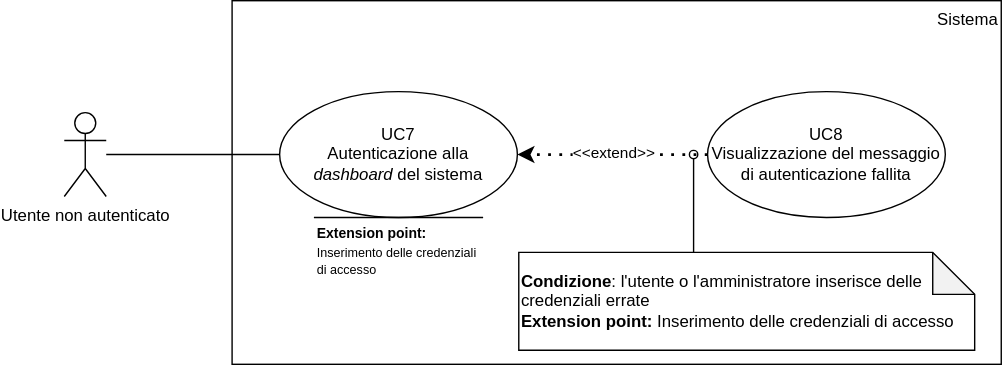
Before: assets/use_cases/UC7-8.svg, a diagram exported from draw.io (SWEatUNIPD/docs). Source tidied: cells renumbered, new cells last; positions are measured from the earlier drawing's top-left corner, leaving out a move shared by most shapes.
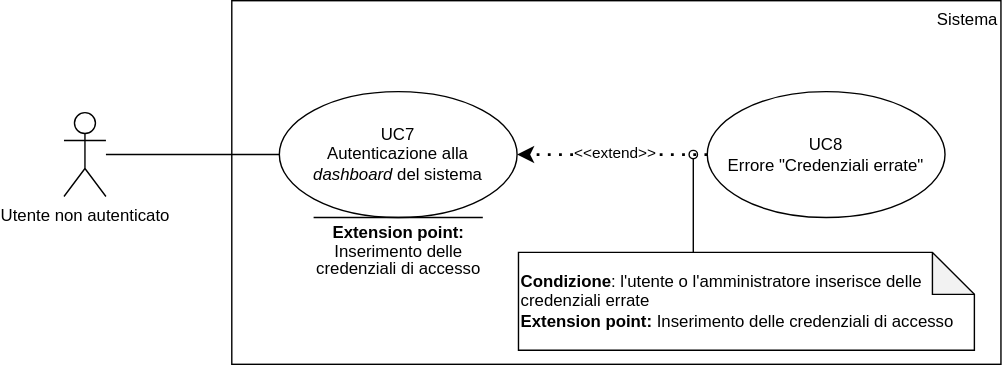
After the commit.

Diff of the diagram source:
```diff
@@ -14,28 +14,28 @@
     <mxCell id="5" value="UC7&lt;div&gt;Autenticazione alla &lt;i&gt;dashboard&lt;/i&gt;&amp;nbsp;del sistema&lt;/div&gt;" style="ellipse;whiteSpace=wrap;html=1;" parent="1" vertex="1">
       <mxGeometry x="154" y="65" width="170" height="90" as="geometry" />
     </mxCell>
-    <mxCell id="6" value="UC8&lt;div&gt;Visualizzazione del messaggio di autenticazione fallita&lt;/div&gt;" style="ellipse;whiteSpace=wrap;html=1;" parent="1" vertex="1">
-      <mxGeometry x="460" y="65" width="170" height="90" as="geometry" />
-    </mxCell>
-    <mxCell id="7" style="endArrow=classic;dashed=1;html=1;dashPattern=1 3;strokeWidth=2;rounded=0;exitX=0;exitY=0.5;exitDx=0;exitDy=0;entryX=1;entryY=0.5;entryDx=0;entryDy=0;startArrow=none;startFill=0;endFill=1;" parent="1" edge="1" source="6" target="5">
-      <mxGeometry relative="1" as="geometry" />
-    </mxCell>
+    <mxCell id="13" value="UC8&lt;div&gt;Errore &quot;Credenziali errate&quot;&lt;/div&gt;" style="ellipse;whiteSpace=wrap;html=1;" parent="1" vertex="1">
+      <mxGeometry x="460" y="65" width="170" height="90" as="geometry" />
+    </mxCell>
+    <mxCell id="14" style="endArrow=classic;dashed=1;html=1;dashPattern=1 3;strokeWidth=2;rounded=0;exitX=0;exitY=0.5;exitDx=0;exitDy=0;entryX=1;entryY=0.5;entryDx=0;entryDy=0;startArrow=none;startFill=0;endFill=1;" parent="1" edge="1" source="13" target="5">
+      <mxGeometry relative="1" as="geometry" />
+    </mxCell>
-    <mxCell id="8" value="&amp;lt;&amp;lt;extend&amp;gt;&amp;gt;" style="edgeLabel;html=1;align=center;verticalAlign=middle;" parent="7" vertex="1">
+    <mxCell id="8" value="&amp;lt;&amp;lt;extend&amp;gt;&amp;gt;" style="edgeLabel;html=1;align=center;verticalAlign=middle;" parent="14" vertex="1">
       <mxGeometry x="-0.01" y="-2" relative="1" as="geometry" />
     </mxCell>
     <mxCell id="9" value="&lt;b&gt;Condizione&lt;/b&gt;: l'utente o l'amministratore inserisce delle credenziali errate&lt;div&gt;&lt;b&gt;Extension point: &lt;/b&gt;Inserimento delle credenziali di accesso&lt;/div&gt;" style="shape=note;whiteSpace=wrap;html=1;backgroundOutline=1;darkOpacity=0.05;align=left;" parent="1" vertex="1">
       <mxGeometry x="325" y="180" width="326" height="70" as="geometry" />
     </mxCell>
-    <mxCell id="10" style="endArrow=oval;html=1;rounded=0;endFill=0;" parent="1" edge="1">
-      <mxGeometry relative="1" as="geometry">
-        <mxPoint x="450" y="180" as="sourcePoint" />
-        <mxPoint x="450" y="110" as="targetPoint" />
-      </mxGeometry>
-    </mxCell>
+    <mxCell id="15" style="endArrow=oval;html=1;rounded=0;endFill=0;" parent="1" edge="1">
+      <mxGeometry relative="1" as="geometry">
+        <mxPoint x="450" y="180" as="sourcePoint" />
+        <mxPoint x="450" y="110" as="targetPoint" />
+      </mxGeometry>
+    </mxCell>
     <mxCell id="11" style="endArrow=none;html=1;rounded=0;entryX=1;entryY=0;entryDx=0;entryDy=0;exitX=0;exitY=0;exitDx=0;exitDy=0;" parent="1" edge="1" source="12" target="12">
       <mxGeometry relative="1" as="geometry" />
     </mxCell>
-    <mxCell id="12" value="&lt;font style=&quot;font-size: 10px; line-height: 100%;&quot;&gt;&lt;b&gt;Extension point:&lt;/b&gt;&lt;/font&gt;&lt;div style=&quot;line-height: 100%;&quot;&gt;&lt;font style=&quot;font-size: 9px; line-height: 100%;&quot;&gt;Inserimento delle credenziali di accesso&lt;/font&gt;&lt;/div&gt;" style="text;html=1;align=left;verticalAlign=middle;whiteSpace=wrap;rounded=0;" parent="1" vertex="1">
+    <mxCell id="12" value="&lt;font style=&quot;line-height: 100%;&quot;&gt;&lt;b style=&quot;&quot;&gt;Extension point:&lt;/b&gt;&lt;/font&gt;&lt;div style=&quot;line-height: 100%;&quot;&gt;&lt;font style=&quot;line-height: 100%;&quot;&gt;Inserimento delle credenziali di accesso&lt;/font&gt;&lt;/div&gt;" style="text;html=1;align=center;verticalAlign=middle;whiteSpace=wrap;rounded=0;" parent="1" vertex="1">
       <mxGeometry x="178.5" y="155" width="121" height="45" as="geometry" />
     </mxCell>
   </root>
```
